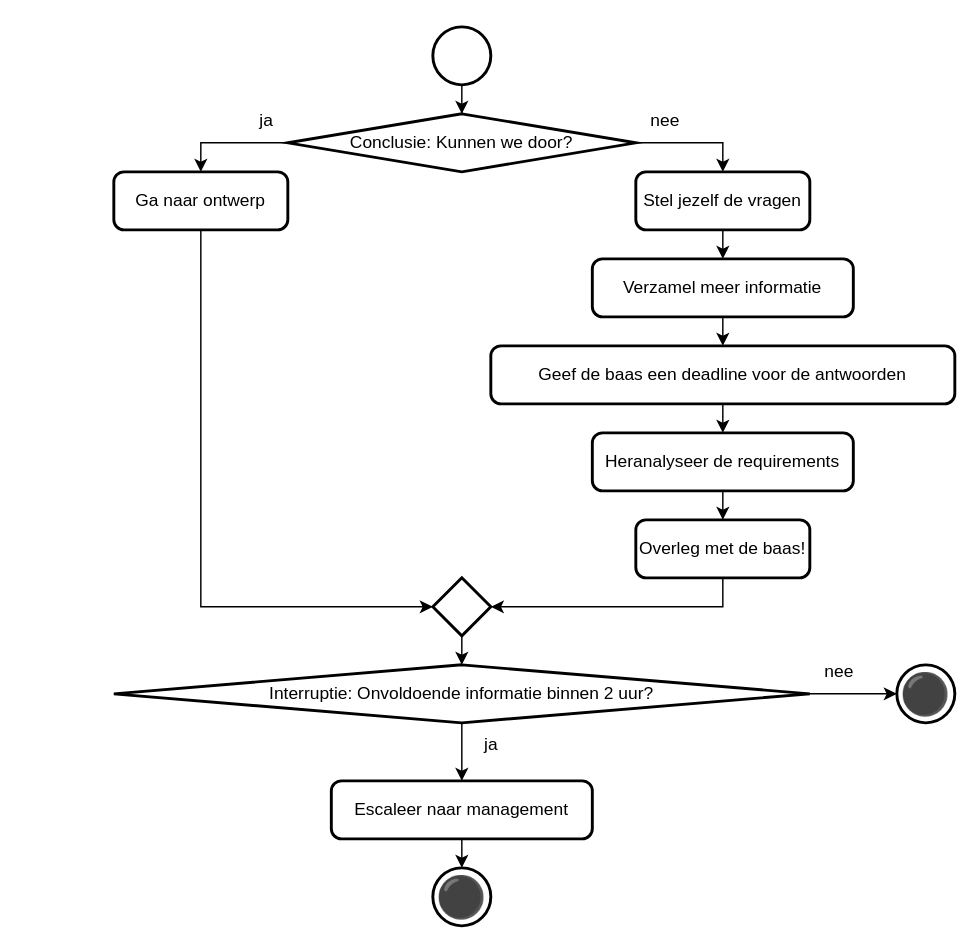
Above: 2 Issue Tracker analyse.drawio in Zaibatsu89/IssueTracker (draw.io), before the change. Source tidied: cells renumbered, new cells numbered last; positions are measured from the earlier drawing's top-left corner, leaving out a move shared by most shapes. Both pictures are drawn from the tidied source at 145%, with x=0, y=0 at pixel (113, 26).
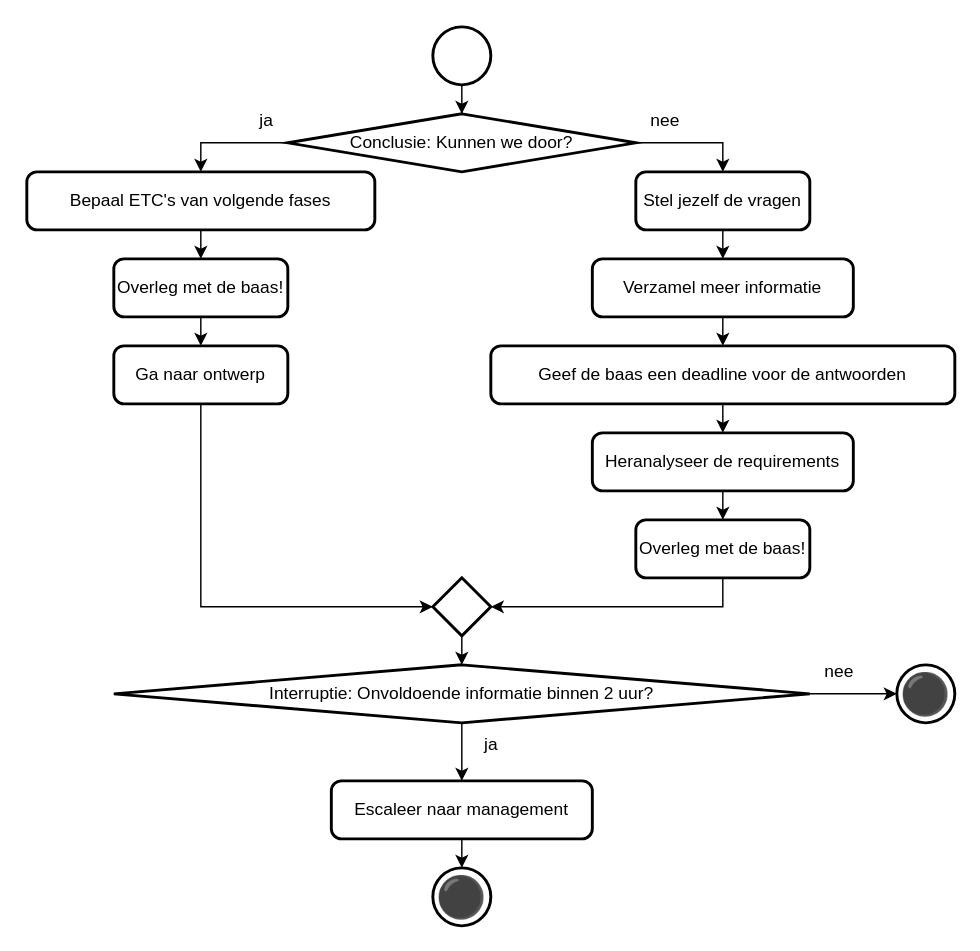
The same page after the edit.

The change refers to these unchanged cells:
```xml
<mxCell id="6" value="Conclusie: Kunnen we door?" style="strokeWidth=2;html=1;shape=mxgraph.flowchart.decision;whiteSpace=wrap;" parent="1" vertex="1">
  <mxGeometry x="120" y="60" width="240" height="40" as="geometry" />
</mxCell>
```

The edit, as a diff of the source:
```diff
@@
-    <mxCell id="4" style="edgeStyle=orthogonalEdgeStyle;rounded=0;jettySize=auto;html=1;exitX=0;exitY=0.5;exitDx=0;exitDy=0;exitPerimeter=0;entryX=0.5;entryY=0;entryDx=0;entryDy=0;" parent="1" edge="1" source="6" target="7">
-      <mxGeometry relative="1" as="geometry" />
-    </mxCell>
@@
+    <mxCell id="32" style="edgeStyle=orthogonalEdgeStyle;rounded=0;jettySize=auto;html=1;exitX=0;exitY=0.5;exitDx=0;exitDy=0;exitPerimeter=0;entryX=0.5;entryY=0;entryDx=0;entryDy=0;" parent="1" edge="1" source="6" target="34">
+      <mxGeometry relative="1" as="geometry" />
+    </mxCell>
@@
     <mxCell id="7" value="Ga naar ontwerp" style="rounded=1;whiteSpace=wrap;html=1;absoluteArcSize=1;arcSize=14;strokeWidth=2;" parent="1" vertex="1">
-      <mxGeometry y="100" width="120" height="40" as="geometry" />
+      <mxGeometry y="220" width="120" height="40" as="geometry" />
     </mxCell>
@@
+    <mxCell id="33" style="edgeStyle=orthogonalEdgeStyle;rounded=0;jettySize=auto;html=1;exitX=0.5;exitY=1;exitDx=0;exitDy=0;entryX=0.5;entryY=0;entryDx=0;entryDy=0;" parent="1" edge="1" source="34" target="36">
+      <mxGeometry relative="1" as="geometry" />
+    </mxCell>
+    <mxCell id="34" value="Bepaal ETC's van volgende fases" style="rounded=1;whiteSpace=wrap;html=1;absoluteArcSize=1;arcSize=14;strokeWidth=2;" parent="1" vertex="1">
+      <mxGeometry x="-60" y="100" width="240" height="40" as="geometry" />
+    </mxCell>
+    <mxCell id="35" style="edgeStyle=orthogonalEdgeStyle;rounded=0;jettySize=auto;html=1;exitX=0.5;exitY=1;exitDx=0;exitDy=0;entryX=0.5;entryY=0;entryDx=0;entryDy=0;" parent="1" edge="1" source="36" target="7">
+      <mxGeometry relative="1" as="geometry" />
+    </mxCell>
+    <mxCell id="36" value="Overleg met de baas!" style="rounded=1;whiteSpace=wrap;html=1;absoluteArcSize=1;arcSize=14;strokeWidth=2;" parent="1" vertex="1">
+      <mxGeometry y="160" width="120" height="40" as="geometry" />
+    </mxCell>
```
